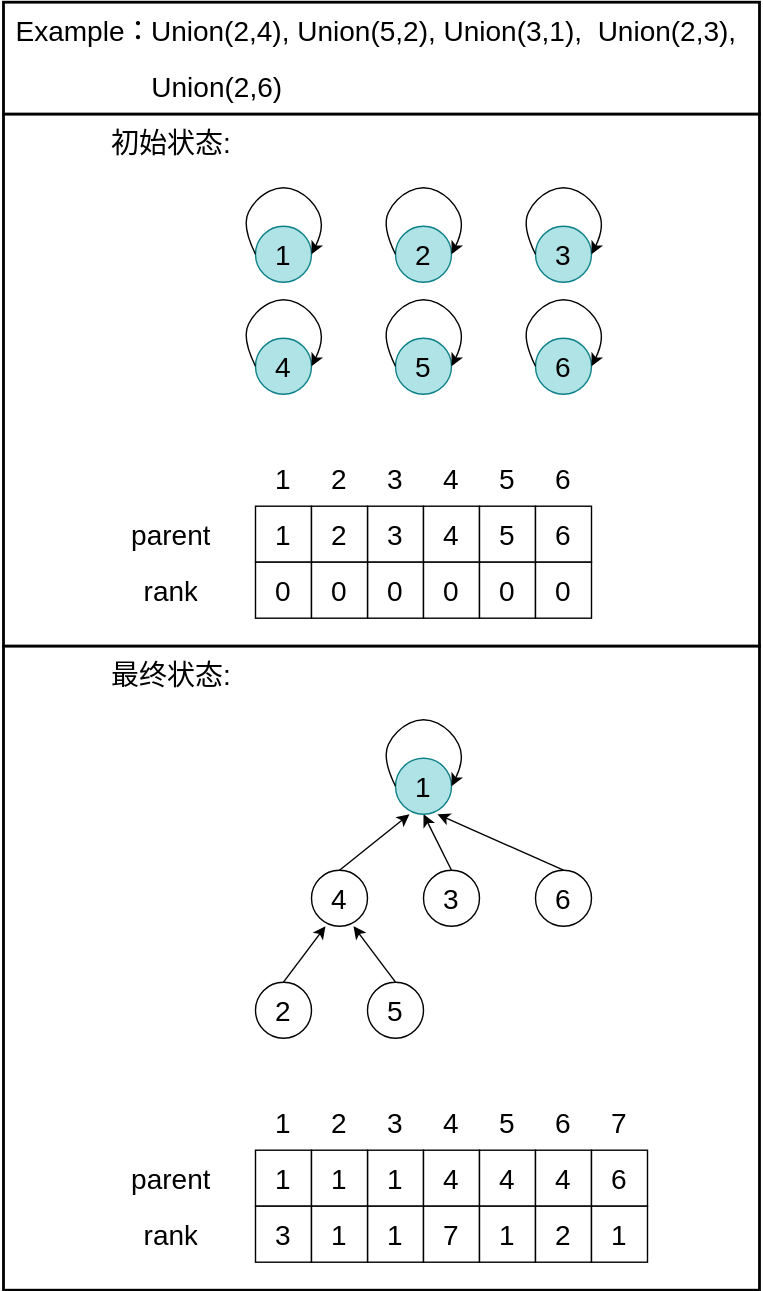
The draw.io diagram Algorithms/img/DisjointSet3.svg in TBD2021/Salt-and-Computer-Science, before a commit. Source tidied: cells renumbered, new cells last; positions are measured from the earlier drawing's top-left corner, leaving out a move shared by most shapes.
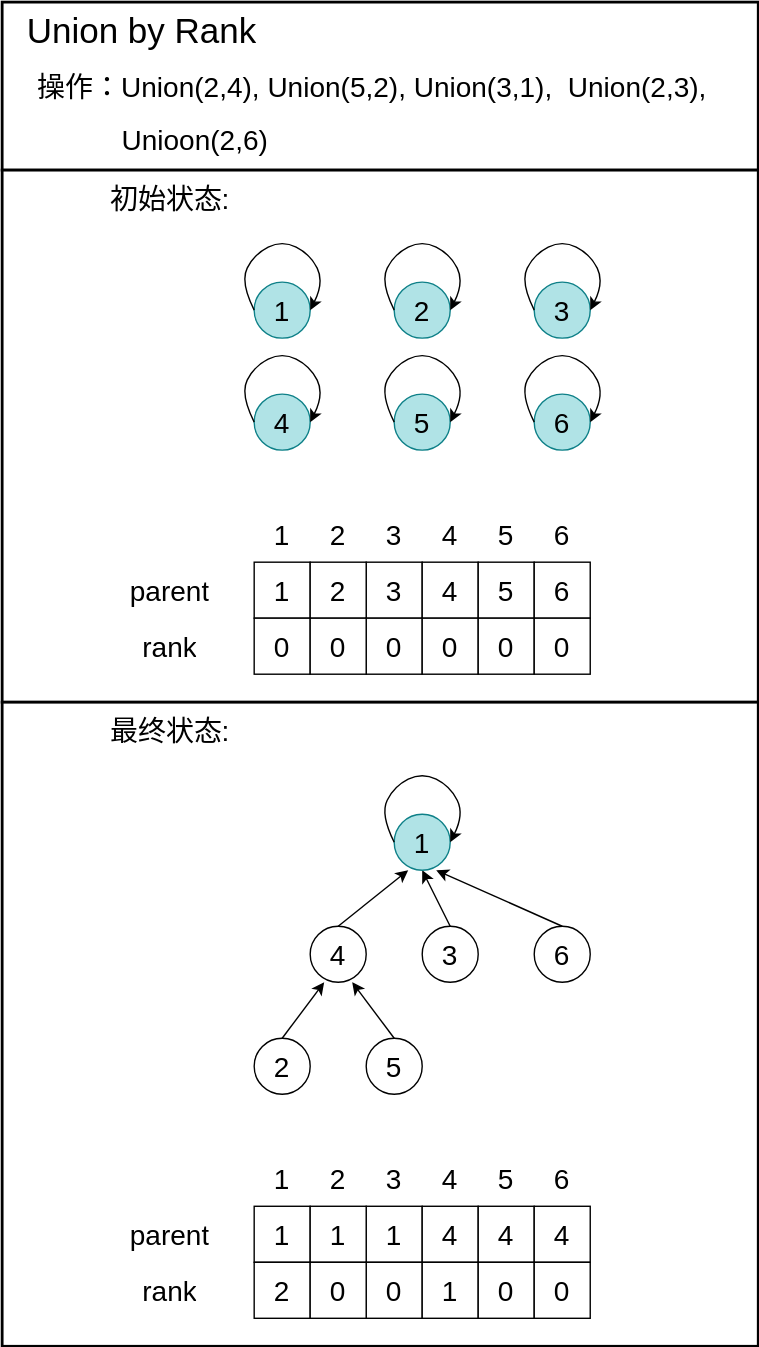
The same diagram one commit later.

The edit, as a diff of the source:
```diff
@@ -3,7 +3,7 @@
     <mxCell id="0" />
     <mxCell id="1" parent="0" />
     <mxCell id="2" style="rounded=0;whiteSpace=wrap;html=1;strokeWidth=2;" parent="1" vertex="1">
-      <mxGeometry x="2" width="540" height="80" as="geometry" />
+      <mxGeometry x="2" y="-40" width="540" height="120" as="geometry" />
     </mxCell>
     <mxCell id="3" style="rounded=0;whiteSpace=wrap;html=1;strokeWidth=2;" parent="1" vertex="1">
       <mxGeometry x="2" y="80" width="540" height="380" as="geometry" />
@@ -152,21 +152,16 @@
         <mxGeometry x="382" y="400" width="40" height="40" as="geometry" />
       </mxCell>
     </object>
-    <object id="38" label="&lt;span style=&quot;font-size: 20px;&quot;&gt;Union(2,4), Union(5,2), Union(3,1),&amp;nbsp;&amp;nbsp;&lt;/span&gt;&lt;font style=&quot;font-size: 20px;&quot;&gt;Union(2,3),&lt;/font&gt;&amp;nbsp;" name="Variable" placeholders="1">
-      <mxCell style="text;html=1;strokeColor=none;fillColor=none;align=center;verticalAlign=middle;whiteSpace=wrap;overflow=hidden;" parent="1" vertex="1">
-        <mxGeometry x="92" width="452.5" height="40" as="geometry" />
+    <object id="38" label="&lt;font style=&quot;font-size: 20px;&quot;&gt;操作：Union(2,4), Union(5,2), Union(3,1),&amp;nbsp;&amp;nbsp;&lt;font style=&quot;font-size: 20px;&quot;&gt;Union(2,3),&lt;/font&gt;&amp;nbsp;&amp;nbsp;&lt;/font&gt;" name="Variable" placeholders="1">
+      <mxCell style="text;html=1;strokeColor=none;fillColor=none;align=center;verticalAlign=middle;whiteSpace=wrap;overflow=hidden;fontSize=15;" parent="1" vertex="1">
+        <mxGeometry x="2" width="540" height="40" as="geometry" />
       </mxCell>
     </object>
-    <object id="39" label="&lt;span style=&quot;font-size: 20px;&quot;&gt;Example：&lt;/span&gt;" name="Variable" placeholders="1">
-      <mxCell style="text;html=1;strokeColor=none;fillColor=none;align=center;verticalAlign=middle;whiteSpace=wrap;overflow=hidden;" parent="1" vertex="1">
-        <mxGeometry x="-0.5" width="120" height="40" as="geometry" />
+    <object id="39" label="&lt;span style=&quot;font-size: 25px;&quot;&gt;Union by Rank&lt;/span&gt;" name="Variable" placeholders="1">
+      <mxCell style="text;html=1;strokeColor=none;fillColor=none;align=center;verticalAlign=middle;whiteSpace=wrap;overflow=hidden;fontSize=25;" parent="1" vertex="1">
+        <mxGeometry x="2" y="-40" width="200" height="40" as="geometry" />
       </mxCell>
     </object>
-    <object id="40" label="&lt;span style=&quot;font-size: 20px;&quot;&gt;&amp;nbsp;Union(2,6)&lt;/span&gt;" name="Variable" placeholders="1">
-      <mxCell style="text;html=1;strokeColor=none;fillColor=none;align=center;verticalAlign=middle;whiteSpace=wrap;overflow=hidden;" parent="1" vertex="1">
-        <mxGeometry x="12" y="40" width="280" height="40" as="geometry" />
-      </mxCell>
-    </object>
     <object id="41" label="&lt;span style=&quot;font-size: 20px;&quot;&gt;最终状态:&lt;/span&gt;" name="Variable" placeholders="1">
       <mxCell style="text;html=1;strokeColor=none;fillColor=none;align=center;verticalAlign=middle;whiteSpace=wrap;overflow=hidden;" parent="1" vertex="1">
         <mxGeometry x="62" y="460" width="120" height="40" as="geometry" />
@@ -245,9 +240,6 @@
     <mxCell id="62" style="rounded=0;whiteSpace=wrap;html=1;" parent="1" vertex="1">
       <mxGeometry x="222" y="820" width="40" height="40" as="geometry" />
     </mxCell>
-    <mxCell id="63" style="rounded=0;whiteSpace=wrap;html=1;" parent="1" vertex="1">
-      <mxGeometry x="422" y="820" width="40" height="40" as="geometry" />
-    </mxCell>
     <object id="64" label="&lt;font style=&quot;font-size: 20px;&quot;&gt;1&lt;/font&gt;" name="Variable" placeholders="1">
       <mxCell style="text;html=1;strokeColor=none;fillColor=none;align=center;verticalAlign=middle;whiteSpace=wrap;overflow=hidden;" parent="1" vertex="1">
         <mxGeometry x="182" y="780" width="40" height="40" as="geometry" />
@@ -278,11 +270,6 @@
         <mxGeometry x="382" y="780" width="40" height="40" as="geometry" />
       </mxCell>
     </object>
-    <object id="70" label="&lt;font style=&quot;font-size: 20px;&quot;&gt;7&lt;/font&gt;" name="Variable" placeholders="1">
-      <mxCell style="text;html=1;strokeColor=none;fillColor=none;align=center;verticalAlign=middle;whiteSpace=wrap;overflow=hidden;" parent="1" vertex="1">
-        <mxGeometry x="422" y="780" width="40" height="40" as="geometry" />
-      </mxCell>
-    </object>
     <object id="71" label="&lt;font style=&quot;font-size: 20px;&quot;&gt;1&lt;/font&gt;" name="Variable" placeholders="1">
       <mxCell style="text;html=1;strokeColor=none;fillColor=none;align=center;verticalAlign=middle;whiteSpace=wrap;overflow=hidden;" parent="1" vertex="1">
         <mxGeometry x="182" y="820" width="40" height="40" as="geometry" />
@@ -313,11 +300,6 @@
         <mxGeometry x="382" y="820" width="40" height="40" as="geometry" />
       </mxCell>
     </object>
-    <object id="77" label="&lt;font style=&quot;font-size: 20px;&quot;&gt;6&lt;/font&gt;" name="Variable" placeholders="1">
-      <mxCell style="text;html=1;strokeColor=none;fillColor=none;align=center;verticalAlign=middle;whiteSpace=wrap;overflow=hidden;" parent="1" vertex="1">
-        <mxGeometry x="422" y="820" width="40" height="40" as="geometry" />
-      </mxCell>
-    </object>
     <object id="78" label="&lt;font style=&quot;font-size: 20px;&quot;&gt;parent&lt;/font&gt;" name="Variable" placeholders="1">
       <mxCell style="text;html=1;strokeColor=none;fillColor=none;align=center;verticalAlign=middle;whiteSpace=wrap;overflow=hidden;" parent="1" vertex="1">
         <mxGeometry x="62" y="820" width="120" height="40" as="geometry" />
@@ -346,44 +328,36 @@
     <mxCell id="85" style="rounded=0;whiteSpace=wrap;html=1;" parent="1" vertex="1">
       <mxGeometry x="222" y="860" width="40" height="40" as="geometry" />
     </mxCell>
-    <mxCell id="86" style="rounded=0;whiteSpace=wrap;html=1;" parent="1" vertex="1">
-      <mxGeometry x="422" y="860" width="40" height="40" as="geometry" />
-    </mxCell>
-    <object id="87" label="&lt;font style=&quot;font-size: 20px;&quot;&gt;3&lt;/font&gt;" name="Variable" placeholders="1">
+    <object id="87" label="&lt;font style=&quot;font-size: 20px;&quot;&gt;2&lt;/font&gt;" name="Variable" placeholders="1">
       <mxCell style="text;html=1;strokeColor=none;fillColor=none;align=center;verticalAlign=middle;whiteSpace=wrap;overflow=hidden;" parent="1" vertex="1">
         <mxGeometry x="182" y="860" width="40" height="40" as="geometry" />
       </mxCell>
     </object>
-    <object id="88" label="&lt;span style=&quot;font-size: 20px;&quot;&gt;1&lt;/span&gt;" name="Variable" placeholders="1">
+    <object id="88" label="&lt;span style=&quot;font-size: 20px;&quot;&gt;0&lt;/span&gt;" name="Variable" placeholders="1">
       <mxCell style="text;html=1;strokeColor=none;fillColor=none;align=center;verticalAlign=middle;whiteSpace=wrap;overflow=hidden;" parent="1" vertex="1">
         <mxGeometry x="222" y="860" width="40" height="40" as="geometry" />
       </mxCell>
     </object>
-    <object id="89" label="&lt;font style=&quot;font-size: 20px;&quot;&gt;1&lt;/font&gt;" name="Variable" placeholders="1">
+    <object id="89" label="&lt;font style=&quot;font-size: 20px;&quot;&gt;0&lt;/font&gt;" name="Variable" placeholders="1">
       <mxCell style="text;html=1;strokeColor=none;fillColor=none;align=center;verticalAlign=middle;whiteSpace=wrap;overflow=hidden;" parent="1" vertex="1">
         <mxGeometry x="262" y="860" width="40" height="40" as="geometry" />
       </mxCell>
     </object>
-    <object id="90" label="&lt;font style=&quot;font-size: 20px;&quot;&gt;7&lt;/font&gt;" name="Variable" placeholders="1">
+    <object id="90" label="&lt;font style=&quot;font-size: 20px;&quot;&gt;1&lt;/font&gt;" name="Variable" placeholders="1">
       <mxCell style="text;html=1;strokeColor=none;fillColor=none;align=center;verticalAlign=middle;whiteSpace=wrap;overflow=hidden;" parent="1" vertex="1">
         <mxGeometry x="302" y="860" width="40" height="40" as="geometry" />
       </mxCell>
     </object>
-    <object id="91" label="&lt;font style=&quot;font-size: 20px;&quot;&gt;1&lt;/font&gt;" name="Variable" placeholders="1">
+    <object id="91" label="&lt;font style=&quot;font-size: 20px;&quot;&gt;0&lt;/font&gt;" name="Variable" placeholders="1">
       <mxCell style="text;html=1;strokeColor=none;fillColor=none;align=center;verticalAlign=middle;whiteSpace=wrap;overflow=hidden;" parent="1" vertex="1">
         <mxGeometry x="342" y="860" width="40" height="40" as="geometry" />
       </mxCell>
     </object>
-    <object id="92" label="&lt;font style=&quot;font-size: 20px;&quot;&gt;2&lt;/font&gt;" name="Variable" placeholders="1">
+    <object id="92" label="&lt;font style=&quot;font-size: 20px;&quot;&gt;0&lt;/font&gt;" name="Variable" placeholders="1">
       <mxCell style="text;html=1;strokeColor=none;fillColor=none;align=center;verticalAlign=middle;whiteSpace=wrap;overflow=hidden;" parent="1" vertex="1">
         <mxGeometry x="382" y="860" width="40" height="40" as="geometry" />
       </mxCell>
     </object>
-    <object id="93" label="&lt;font style=&quot;font-size: 20px;&quot;&gt;1&lt;/font&gt;" name="Variable" placeholders="1">
-      <mxCell style="text;html=1;strokeColor=none;fillColor=none;align=center;verticalAlign=middle;whiteSpace=wrap;overflow=hidden;" parent="1" vertex="1">
-        <mxGeometry x="422" y="860" width="40" height="40" as="geometry" />
-      </mxCell>
-    </object>
     <mxCell id="94" style="group;" parent="1" vertex="1">
       <mxGeometry x="172" y="210" width="60" height="70" as="geometry" />
     </mxCell>
@@ -538,5 +512,8 @@
         </Array>
       </mxGeometry>
     </mxCell>
+    <mxCell id="122" value="Unioon(2,6)" style="text;whiteSpace=wrap;html=1;fontSize=20;align=center;" parent="1" vertex="1">
+      <mxGeometry x="54.5" y="40" width="170" height="40" as="geometry" />
+    </mxCell>
   </root>
 </mxGraphModel>
```
